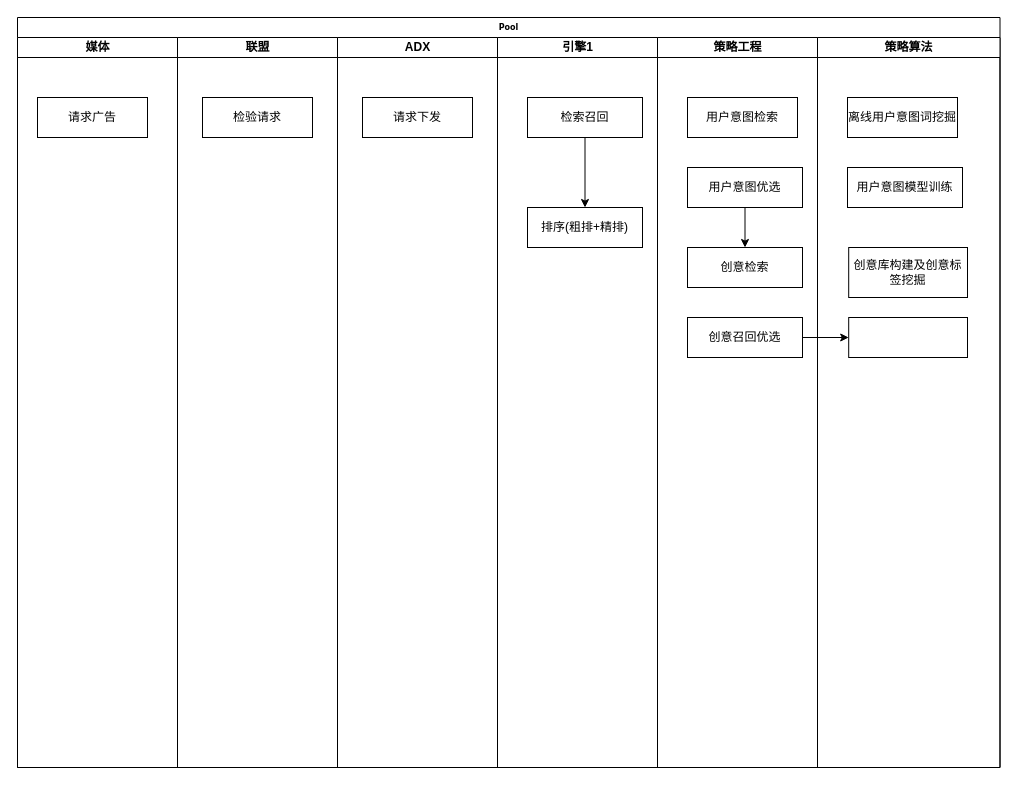
sszhaoGit/colab_test keeps this draw.io diagram as 未命名绘图.drawio. Above is the earlier version. Source tidied: cells renumbered, new cells numbered last; positions are measured from the earlier drawing's top-left corner, leaving out a move shared by most shapes. Both pictures are drawn from the tidied source at 100%, with x=0, y=0 at pixel (17, 17).
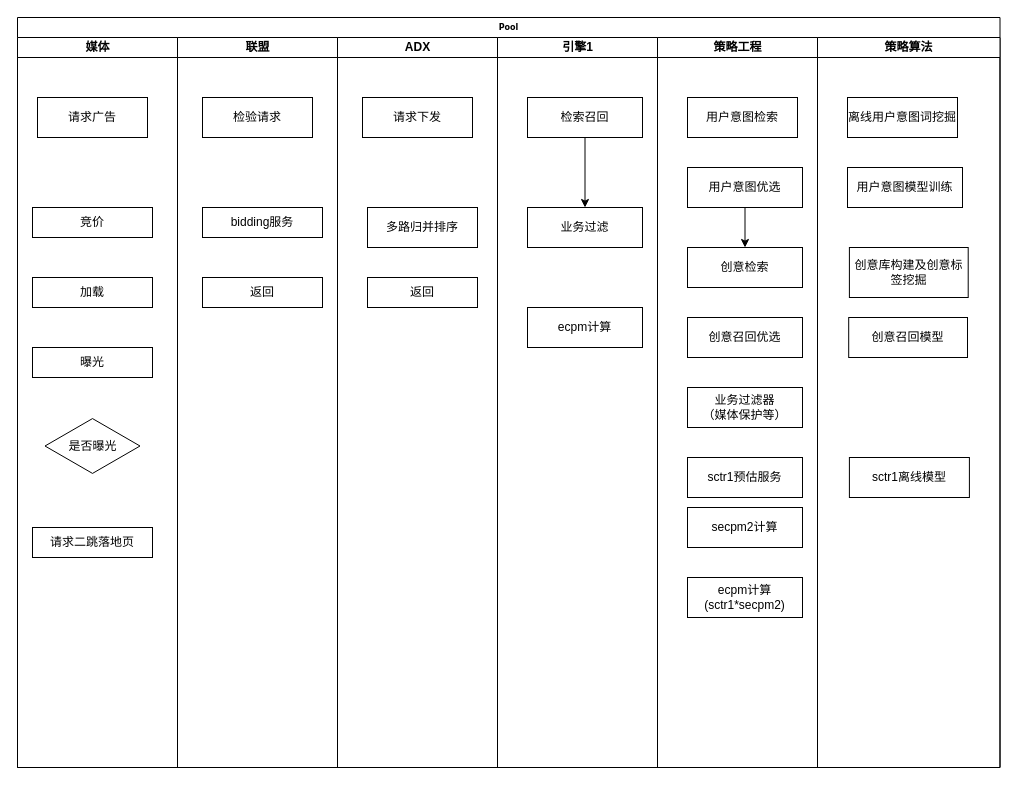
The same page after the edit.

The change refers to these unchanged cells:
```xml
<mxCell id="2" value="Pool" style="swimlane;html=1;startSize=20;rounded=0;shadow=0;labelBackgroundColor=none;strokeWidth=1;fontFamily=Verdana;fontSize=8;align=center;" parent="1" vertex="1">
  <mxGeometry width="982.5" height="750" as="geometry" />
</mxCell>
<mxCell id="3" value="媒体" style="swimlane;html=1;startSize=20;" parent="2" vertex="1">
  <mxGeometry y="20" width="160" height="730" as="geometry" />
</mxCell>
<mxCell id="5" value="联盟" style="swimlane;html=1;startSize=20;" parent="2" vertex="1">
  <mxGeometry x="160" y="20" width="160" height="730" as="geometry" />
</mxCell>
<mxCell id="7" value="ADX" style="swimlane;html=1;startSize=20;" parent="2" vertex="1">
  <mxGeometry x="320" y="20" width="160" height="730" as="geometry" />
</mxCell>
<mxCell id="9" value="引擎1" style="swimlane;html=1;startSize=20;" parent="2" vertex="1">
  <mxGeometry x="480" y="20" width="160" height="730" as="geometry" />
</mxCell>
<mxCell id="13" value="策略工程" style="swimlane;html=1;startSize=20;" parent="2" vertex="1">
  <mxGeometry x="640" y="20" width="160" height="730" as="geometry" />
</mxCell>
<mxCell id="18" value="创意召回优选" style="whiteSpace=wrap;html=1;rounded=0;" parent="13" vertex="1">
  <mxGeometry x="30" y="280" width="115" height="40" as="geometry" />
</mxCell>
<mxCell id="19" value="策略算法" style="swimlane;html=1;startSize=20;" parent="2" vertex="1">
  <mxGeometry x="800" y="20" width="182.5" height="730" as="geometry" />
</mxCell>
```

Diff of the diagram source:
```diff
@@
+    <mxCell id="25" value="竞价" style="whiteSpace=wrap;html=1;rounded=0;" parent="3" vertex="1">
+      <mxGeometry x="15" y="170" width="120" height="30" as="geometry" />
+    </mxCell>
+    <mxCell id="26" value="加载" style="whiteSpace=wrap;html=1;rounded=0;" parent="3" vertex="1">
+      <mxGeometry x="15" y="240" width="120" height="30" as="geometry" />
+    </mxCell>
+    <mxCell id="27" value="曝光" style="whiteSpace=wrap;html=1;rounded=0;" parent="3" vertex="1">
+      <mxGeometry x="15" y="310" width="120" height="30" as="geometry" />
+    </mxCell>
+    <mxCell id="28" value="请求二跳落地页" style="whiteSpace=wrap;html=1;rounded=0;" parent="3" vertex="1">
+      <mxGeometry x="15" y="490" width="120" height="30" as="geometry" />
+    </mxCell>
+    <mxCell id="29" value="是否曝光" style="html=1;whiteSpace=wrap;shape=isoRectangle;" parent="3" vertex="1">
+      <mxGeometry x="27.5" y="380" width="95" height="57" as="geometry" />
+    </mxCell>
@@
+    <mxCell id="30" value="bidding服务" style="whiteSpace=wrap;html=1;rounded=0;" parent="5" vertex="1">
+      <mxGeometry x="25" y="170" width="120" height="30" as="geometry" />
+    </mxCell>
+    <mxCell id="31" value="返回" style="whiteSpace=wrap;html=1;rounded=0;" parent="5" vertex="1">
+      <mxGeometry x="25" y="240" width="120" height="30" as="geometry" />
+    </mxCell>
@@
+    <mxCell id="32" value="多路归并排序" style="rounded=0;whiteSpace=wrap;html=1;" parent="7" vertex="1">
+      <mxGeometry x="30" y="170" width="110" height="40" as="geometry" />
+    </mxCell>
+    <mxCell id="33" value="返回" style="whiteSpace=wrap;html=1;rounded=0;" parent="7" vertex="1">
+      <mxGeometry x="30" y="240" width="110" height="30" as="geometry" />
+    </mxCell>
@@
-    <mxCell id="10" value="排序(粗排+精排)" style="whiteSpace=wrap;html=1;rounded=0;" parent="9" vertex="1">
+    <mxCell id="10" value="业务过滤" style="whiteSpace=wrap;html=1;rounded=0;" parent="9" vertex="1">
       <mxGeometry x="30" y="170" width="115" height="40" as="geometry" />
     </mxCell>
@@
+    <mxCell id="34" value="ecpm计算" style="whiteSpace=wrap;html=1;rounded=0;" parent="9" vertex="1">
+      <mxGeometry x="30" y="270" width="115" height="40" as="geometry" />
+    </mxCell>
@@
+    <mxCell id="35" value="业务过滤器&lt;br&gt;（媒体保护等）" style="whiteSpace=wrap;html=1;rounded=0;" parent="13" vertex="1">
+      <mxGeometry x="30" y="350" width="115" height="40" as="geometry" />
+    </mxCell>
+    <mxCell id="36" value="secpm2计算" style="whiteSpace=wrap;html=1;rounded=0;" parent="13" vertex="1">
+      <mxGeometry x="30" y="470" width="115" height="40" as="geometry" />
+    </mxCell>
+    <mxCell id="37" value="ecpm计算&lt;br&gt;(sctr1*secpm2)" style="whiteSpace=wrap;html=1;rounded=0;" parent="13" vertex="1">
+      <mxGeometry x="30" y="540" width="115" height="40" as="geometry" />
+    </mxCell>
+    <mxCell id="38" value="sctr1预估服务" style="whiteSpace=wrap;html=1;rounded=0;" parent="13" vertex="1">
+      <mxGeometry x="30" y="420" width="115" height="40" as="geometry" />
+    </mxCell>
@@
     <mxCell id="22" value="创意库构建及创意标签挖掘" style="whiteSpace=wrap;html=1;rounded=0;" parent="19" vertex="1">
-      <mxGeometry x="31.2" y="210" width="118.8" height="50" as="geometry" />
+      <mxGeometry x="31.9" y="210" width="118.8" height="50" as="geometry" />
     </mxCell>
-    <mxCell id="23" style="whiteSpace=wrap;html=1;rounded=0;" parent="19" vertex="1">
+    <mxCell id="23" value="创意召回模型" style="whiteSpace=wrap;html=1;rounded=0;" parent="19" vertex="1">
       <mxGeometry x="31.2" y="280" width="118.8" height="40" as="geometry" />
     </mxCell>
-    <mxCell id="24" style="edgeStyle=orthogonalEdgeStyle;rounded=0;jettySize=auto;html=1;" parent="2" edge="1" source="18" target="23">
-      <mxGeometry relative="1" as="geometry" />
-    </mxCell>
+    <mxCell id="39" value="sctr1离线模型" style="whiteSpace=wrap;html=1;rounded=0;" parent="19" vertex="1">
+      <mxGeometry x="31.9" y="420" width="120" height="40" as="geometry" />
+    </mxCell>
```
